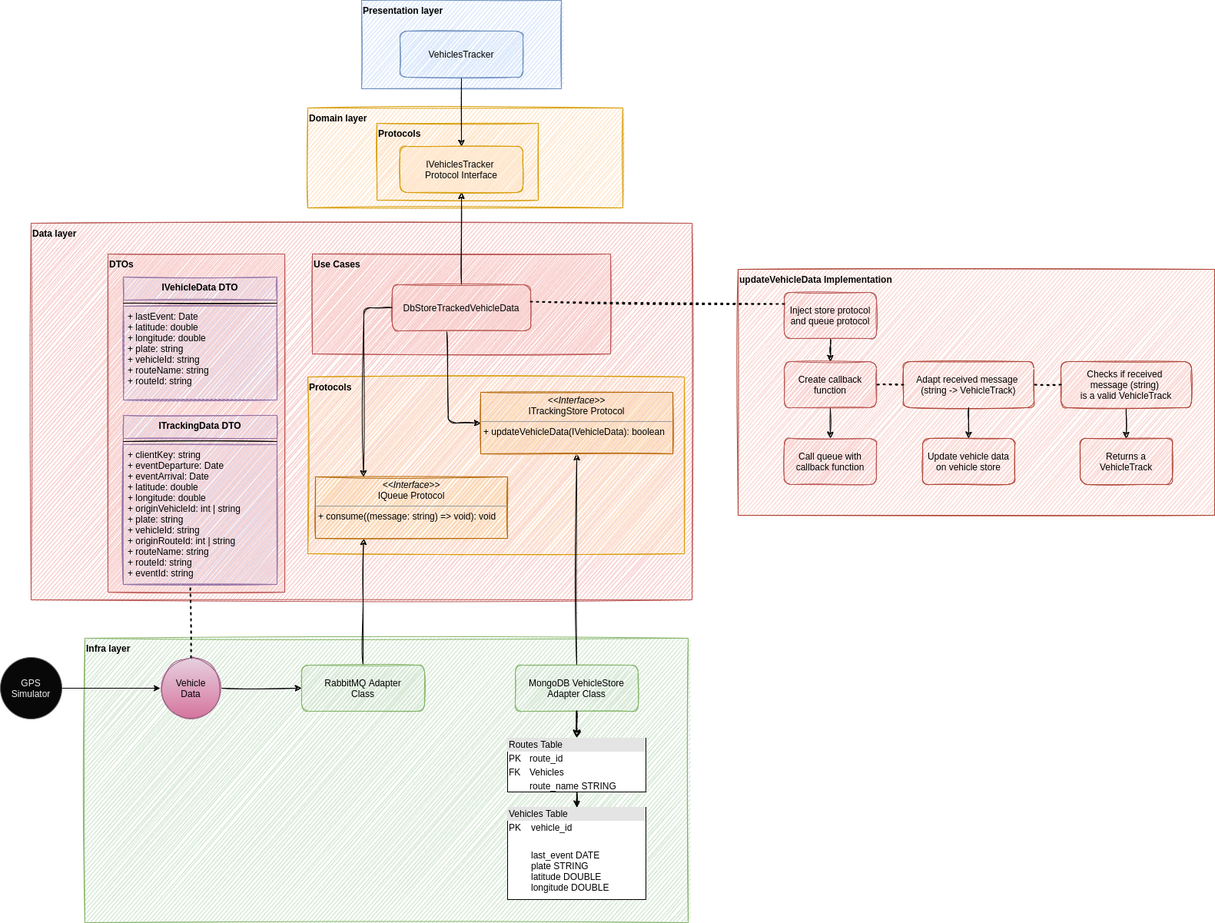
Before: tracking-receiver/docs/tracking-receiver.png, a diagram exported from draw.io (atreib/tracking-env). Source tidied: cells renumbered, new cells last; positions are measured from the earlier drawing's top-left corner, leaving out a move shared by most shapes.
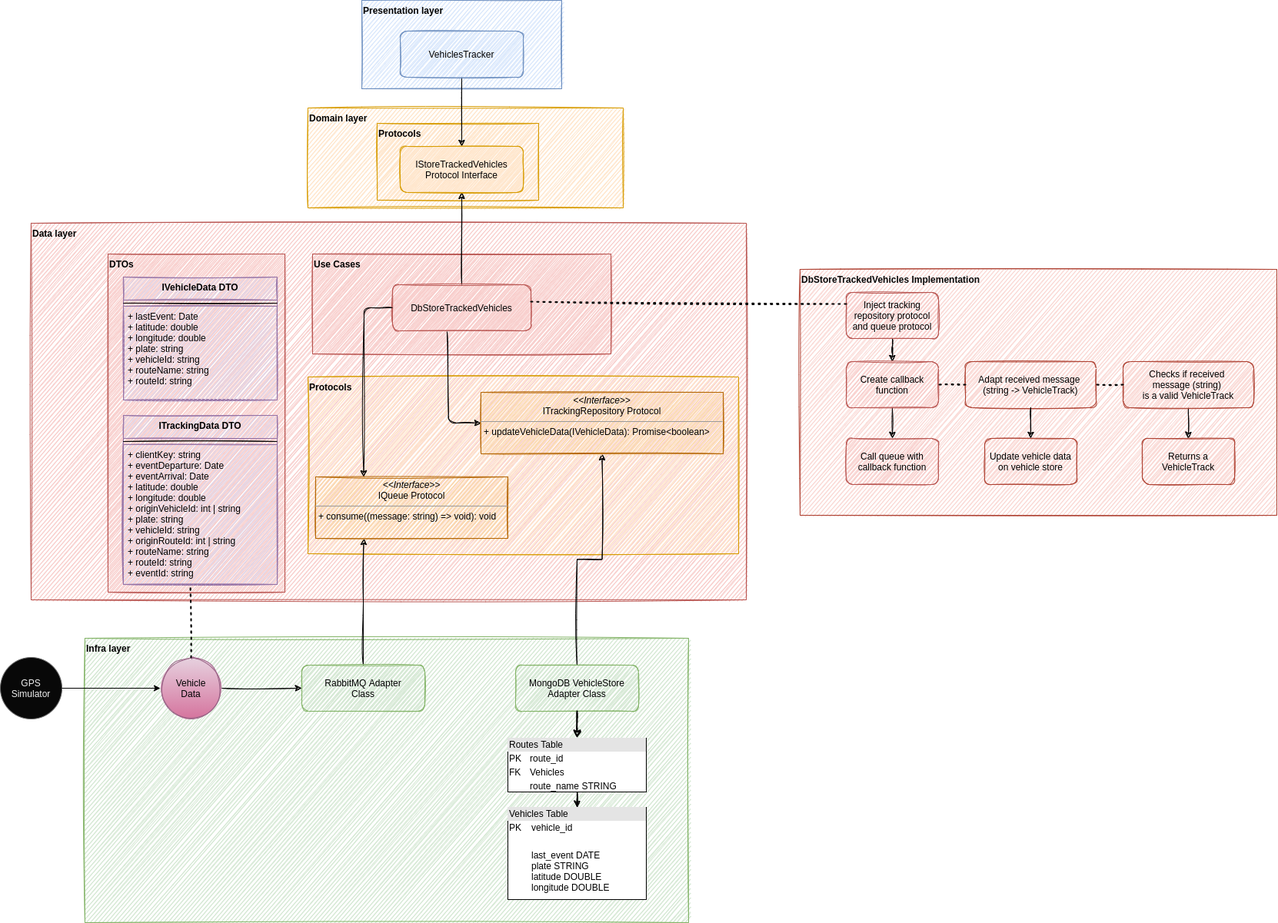
After the commit.

What changed in the source:
```diff
@@ -3,13 +3,13 @@
     <mxCell id="0" />
     <mxCell id="1" parent="0" />
     <mxCell id="2" value="Data layer" style="rounded=0;whiteSpace=wrap;html=1;align=left;verticalAlign=top;sketch=1;fillColor=#f8cecc;strokeColor=#b85450;fontStyle=1;" parent="1" vertex="1">
-      <mxGeometry x="40" y="290" width="860" height="490" as="geometry" />
+      <mxGeometry x="40" y="290" width="930" height="490" as="geometry" />
     </mxCell>
     <mxCell id="3" value="Use Cases" style="rounded=0;whiteSpace=wrap;html=1;align=left;verticalAlign=top;sketch=1;fillColor=#f8cecc;strokeColor=#b85450;fontStyle=1;" parent="1" vertex="1">
       <mxGeometry x="406" y="330" width="388" height="130" as="geometry" />
     </mxCell>
     <mxCell id="4" value="Protocols" style="rounded=0;whiteSpace=wrap;html=1;align=left;verticalAlign=top;sketch=1;fillColor=#ffe6cc;strokeColor=#d79b00;fontStyle=1;" parent="1" vertex="1">
-      <mxGeometry x="400" y="490" width="490" height="230" as="geometry" />
+      <mxGeometry x="400" y="490" width="560" height="230" as="geometry" />
     </mxCell>
     <mxCell id="5" value="DTOs" style="rounded=0;whiteSpace=wrap;html=1;align=left;verticalAlign=top;sketch=1;fillColor=#f8cecc;strokeColor=#b85450;fontStyle=1;" parent="1" vertex="1">
       <mxGeometry x="140" y="330" width="230" height="440" as="geometry" />
@@ -20,8 +20,8 @@
     <mxCell id="7" value="Protocols&lt;br&gt;" style="rounded=0;whiteSpace=wrap;html=1;align=left;verticalAlign=top;sketch=1;fillColor=#ffe6cc;strokeColor=#d79b00;fontStyle=1;" parent="1" vertex="1">
       <mxGeometry x="490" y="160" width="210" height="100" as="geometry" />
     </mxCell>
-    <mxCell id="8" value="&lt;span style=&quot;color: rgb(8 , 8 , 8)&quot;&gt;updateVehicleData Implementation&lt;/span&gt;" style="rounded=0;whiteSpace=wrap;html=1;align=left;verticalAlign=top;sketch=1;fillColor=#fad9d5;strokeColor=#ae4132;fontStyle=1;" parent="1" vertex="1">
-      <mxGeometry x="960" y="350" width="620" height="320" as="geometry" />
+    <mxCell id="8" value="&lt;span style=&quot;color: rgb(8 , 8 , 8)&quot;&gt;DbStoreTrackedVehicles Implementation&lt;/span&gt;" style="rounded=0;whiteSpace=wrap;html=1;align=left;verticalAlign=top;sketch=1;fillColor=#fad9d5;strokeColor=#ae4132;fontStyle=1;" parent="1" vertex="1">
+      <mxGeometry x="1040" y="350" width="620" height="320" as="geometry" />
     </mxCell>
     <mxCell id="9" value="Infra layer" style="rounded=0;whiteSpace=wrap;html=1;align=left;verticalAlign=top;sketch=1;fillColor=#d5e8d4;strokeColor=#82b366;fontStyle=1;" parent="1" vertex="1">
       <mxGeometry x="110" y="830" width="785" height="370" as="geometry" />
@@ -47,7 +47,7 @@
     <mxCell id="16" style="edgeStyle=orthogonalEdgeStyle;rounded=0;jettySize=auto;html=1;sketch=1;" parent="1" edge="1" source="17" target="22">
       <mxGeometry relative="1" as="geometry" />
     </mxCell>
-    <mxCell id="17" value="DbStoreTrackedVehicleData" style="rounded=1;whiteSpace=wrap;html=1;sketch=1;fillColor=#f8cecc;strokeColor=#b85450;" parent="1" vertex="1">
+    <mxCell id="17" value="DbStoreTrackedVehicles" style="rounded=1;whiteSpace=wrap;html=1;sketch=1;fillColor=#f8cecc;strokeColor=#b85450;" parent="1" vertex="1">
       <mxGeometry x="510" y="370" width="180" height="60" as="geometry" />
     </mxCell>
     <mxCell id="18" style="edgeStyle=orthogonalEdgeStyle;rounded=0;jettySize=auto;html=1;sketch=1;entryX=0.5;entryY=1;entryDx=0;entryDy=0;" parent="1" edge="1" source="19" target="44">
@@ -62,7 +62,7 @@
     <mxCell id="21" value="RabbitMQ Adapter&lt;br&gt;Class" style="rounded=1;whiteSpace=wrap;html=1;sketch=1;fillColor=#d5e8d4;strokeColor=#82b366;" parent="1" vertex="1">
       <mxGeometry x="392" y="865" width="160" height="60" as="geometry" />
     </mxCell>
-    <mxCell id="22" value="IVehiclesTracker &lt;br&gt;Protocol Interface" style="rounded=1;whiteSpace=wrap;html=1;sketch=1;fillColor=#ffe6cc;strokeColor=#d79b00;" parent="1" vertex="1">
+    <mxCell id="22" value="IStoreTrackedVehicles&lt;br&gt;Protocol Interface" style="rounded=1;whiteSpace=wrap;html=1;sketch=1;fillColor=#ffe6cc;strokeColor=#d79b00;" parent="1" vertex="1">
       <mxGeometry x="520" y="190" width="160" height="60" as="geometry" />
     </mxCell>
     <mxCell id="23" style="endArrow=classic;html=1;exitX=0.394;exitY=1.017;exitDx=0;exitDy=0;entryX=0;entryY=0.5;entryDx=0;entryDy=0;exitPerimeter=0;sketch=1;" parent="1" edge="1" source="17" target="44">
@@ -91,23 +91,23 @@
     <mxCell id="28" style="edgeStyle=orthogonalEdgeStyle;rounded=0;jettySize=auto;html=1;entryX=0.5;entryY=0;entryDx=0;entryDy=0;sketch=1;" parent="1" edge="1" source="29" target="31">
       <mxGeometry relative="1" as="geometry" />
     </mxCell>
-    <mxCell id="29" value="Inject store protocol and queue protocol" style="rounded=1;whiteSpace=wrap;html=1;sketch=1;fillColor=#f8cecc;strokeColor=#b85450;" parent="1" vertex="1">
-      <mxGeometry x="1020" y="380" width="120" height="60" as="geometry" />
+    <mxCell id="29" value="Inject tracking repository protocol and queue protocol" style="rounded=1;whiteSpace=wrap;html=1;sketch=1;fillColor=#f8cecc;strokeColor=#b85450;" parent="1" vertex="1">
+      <mxGeometry x="1100" y="380" width="120" height="60" as="geometry" />
     </mxCell>
     <mxCell id="30" style="edgeStyle=orthogonalEdgeStyle;rounded=0;jettySize=auto;html=1;sketch=1;" parent="1" edge="1" source="31" target="32">
       <mxGeometry relative="1" as="geometry" />
     </mxCell>
     <mxCell id="31" value="Create callback function" style="rounded=1;whiteSpace=wrap;html=1;sketch=1;fillColor=#f8cecc;strokeColor=#b85450;" parent="1" vertex="1">
-      <mxGeometry x="1020" y="470" width="120" height="60" as="geometry" />
+      <mxGeometry x="1100" y="470" width="120" height="60" as="geometry" />
     </mxCell>
     <mxCell id="32" value="Call queue with callback function" style="rounded=1;whiteSpace=wrap;html=1;sketch=1;fillColor=#f8cecc;strokeColor=#b85450;" parent="1" vertex="1">
-      <mxGeometry x="1020" y="570" width="120" height="60" as="geometry" />
+      <mxGeometry x="1100" y="570" width="120" height="60" as="geometry" />
     </mxCell>
     <mxCell id="33" value="Adapt received message &lt;br&gt;(string -&amp;gt; VehicleTrack)" style="rounded=1;whiteSpace=wrap;html=1;sketch=1;fillColor=#fad9d5;strokeColor=#ae4132;" parent="1" vertex="1">
-      <mxGeometry x="1175" y="470" width="170" height="60" as="geometry" />
+      <mxGeometry x="1255" y="470" width="170" height="60" as="geometry" />
     </mxCell>
     <mxCell id="34" value="Update vehicle data&lt;br&gt;on vehicle store" style="rounded=1;whiteSpace=wrap;html=1;sketch=1;fillColor=#fad9d5;strokeColor=#ae4132;" parent="1" vertex="1">
-      <mxGeometry x="1200" y="570" width="120" height="60" as="geometry" />
+      <mxGeometry x="1280" y="570" width="120" height="60" as="geometry" />
     </mxCell>
     <mxCell id="35" style="endArrow=none;dashed=1;html=1;dashPattern=1 3;strokeWidth=2;exitX=0;exitY=0.5;exitDx=0;exitDy=0;entryX=1;entryY=0.5;entryDx=0;entryDy=0;sketch=1;" parent="1" edge="1" source="33" target="31">
       <mxGeometry relative="1" as="geometry" />
@@ -136,8 +136,8 @@
     <mxCell id="43" style="endArrow=classic;html=1;exitX=1;exitY=0.5;exitDx=0;exitDy=0;entryX=0;entryY=0.5;entryDx=0;entryDy=0;" parent="1" edge="1" source="42" target="25">
       <mxGeometry relative="1" as="geometry" />
     </mxCell>
-    <mxCell id="44" value="&lt;p style=&quot;margin: 0px ; margin-top: 4px ; text-align: center&quot;&gt;&lt;i&gt;&amp;lt;&amp;lt;Interface&amp;gt;&amp;gt;&lt;/i&gt;&lt;br&gt;&lt;span&gt;ITrackingStore Protocol&lt;/span&gt;&lt;br&gt;&lt;/p&gt;&lt;hr size=&quot;1&quot;&gt;&lt;p style=&quot;margin: 0px ; margin-left: 4px&quot;&gt;&lt;span&gt;+ updateVehicleData(IVehicleData): boolean&lt;/span&gt;&lt;/p&gt;&lt;p style=&quot;margin: 0px ; margin-left: 4px&quot;&gt;&lt;br&gt;&lt;/p&gt;" style="verticalAlign=top;align=left;overflow=fill;fontSize=12;fontFamily=Helvetica;html=1;fillColor=#fad7ac;strokeColor=#b46504;sketch=1;" parent="1" vertex="1">
-      <mxGeometry x="625" y="510" width="250" height="80" as="geometry" />
+    <mxCell id="44" value="&lt;p style=&quot;margin: 0px ; margin-top: 4px ; text-align: center&quot;&gt;&lt;i&gt;&amp;lt;&amp;lt;Interface&amp;gt;&amp;gt;&lt;/i&gt;&lt;br&gt;&lt;span&gt;ITrackingRepository Protocol&lt;/span&gt;&lt;br&gt;&lt;/p&gt;&lt;hr size=&quot;1&quot;&gt;&lt;p style=&quot;margin: 0px ; margin-left: 4px&quot;&gt;&lt;span&gt;+ updateVehicleData(IVehicleData): Promise&amp;lt;boolean&amp;gt;&lt;/span&gt;&lt;/p&gt;&lt;p style=&quot;margin: 0px ; margin-left: 4px&quot;&gt;&lt;br&gt;&lt;/p&gt;" style="verticalAlign=top;align=left;overflow=fill;fontSize=12;fontFamily=Helvetica;html=1;fillColor=#fad7ac;strokeColor=#b46504;sketch=1;" parent="1" vertex="1">
+      <mxGeometry x="625" y="510" width="315" height="80" as="geometry" />
     </mxCell>
     <mxCell id="45" value="IVehicleData DTO" style="swimlane;fontStyle=1;align=center;verticalAlign=top;horizontal=1;startSize=30;direction=east;sketch=1;fillColor=#e1d5e7;strokeColor=#9673a6;" parent="1" vertex="1">
       <mxGeometry x="160" y="360" width="200" height="160" as="geometry" />
@@ -152,13 +152,13 @@
       <mxGeometry relative="1" as="geometry" />
     </mxCell>
     <mxCell id="49" value="Checks if received &lt;br&gt;message (string) &lt;br&gt;is a valid VehicleTrack" style="rounded=1;whiteSpace=wrap;html=1;sketch=1;fillColor=#fad9d5;strokeColor=#ae4132;" parent="1" vertex="1">
-      <mxGeometry x="1380" y="470" width="170" height="60" as="geometry" />
+      <mxGeometry x="1460" y="470" width="170" height="60" as="geometry" />
     </mxCell>
     <mxCell id="50" style="endArrow=none;dashed=1;html=1;dashPattern=1 3;strokeWidth=2;exitX=0;exitY=0.5;exitDx=0;exitDy=0;entryX=1;entryY=0.5;entryDx=0;entryDy=0;sketch=1;" parent="1" edge="1" source="49" target="33">
       <mxGeometry relative="1" as="geometry" />
     </mxCell>
     <mxCell id="51" value="Returns a&lt;br&gt;VehicleTrack" style="rounded=1;whiteSpace=wrap;html=1;sketch=1;fillColor=#fad9d5;strokeColor=#ae4132;" parent="1" vertex="1">
-      <mxGeometry x="1405" y="570" width="120" height="60" as="geometry" />
+      <mxGeometry x="1485" y="570" width="120" height="60" as="geometry" />
     </mxCell>
     <mxCell id="52" value="&lt;p style=&quot;margin: 0px ; margin-top: 4px ; text-align: center&quot;&gt;&lt;i&gt;&amp;lt;&amp;lt;Interface&amp;gt;&amp;gt;&lt;/i&gt;&lt;br&gt;&lt;span&gt;IQueue Protocol&lt;/span&gt;&lt;br&gt;&lt;/p&gt;&lt;hr size=&quot;1&quot;&gt;&lt;p style=&quot;margin: 0px ; margin-left: 4px&quot;&gt;&lt;span&gt;+ consume((message: string) =&amp;gt; void): void&lt;/span&gt;&lt;/p&gt;&lt;p style=&quot;margin: 0px ; margin-left: 4px&quot;&gt;&lt;br&gt;&lt;/p&gt;" style="verticalAlign=top;align=left;overflow=fill;fontSize=12;fontFamily=Helvetica;html=1;fillColor=#fad7ac;strokeColor=#b46504;sketch=1;" parent="1" vertex="1">
       <mxGeometry x="410" y="620" width="250" height="80" as="geometry" />
```
